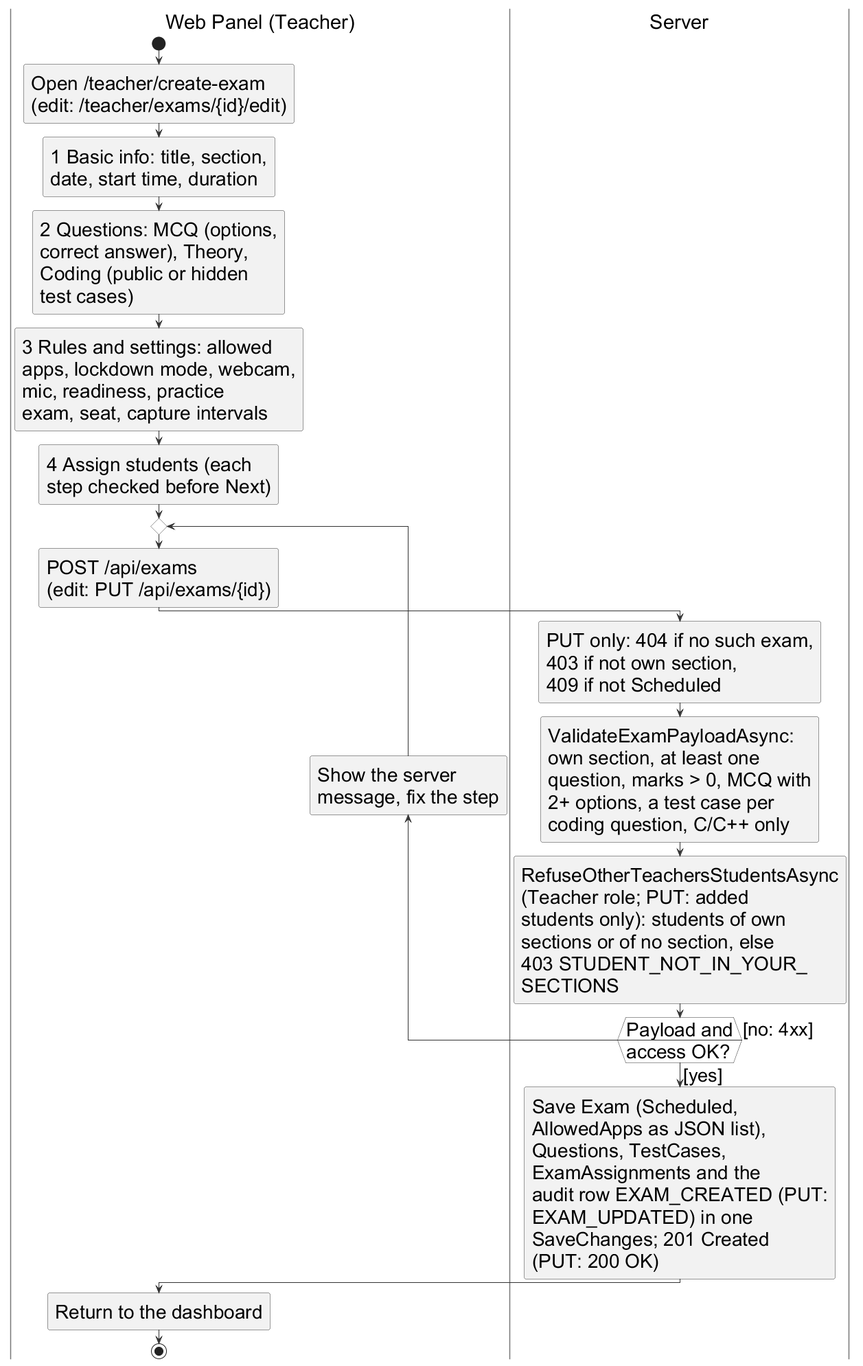
Haiderali27-hub/AI-Lab-Monitoring- keeps this PlantUML diagram as important docs/fyp_doc_3chatp/Figures/activity_config.png. Above is the earlier version. Its source is kept beside it as important docs/fyp_doc_3chatp/Figures/src/activity_config.puml. The source it was exported from:
```plantuml
@startuml
!include style.iuml
skinparam dpi 96
skinparam defaultFontSize 28
skinparam ArrowFontSize 27
skinparam padding 1
skinparam swimlane {
  BorderColor #777777
  TitleFontSize 29
}

|Web Panel (Teacher)|
start
:Open /teacher/create-exam
(edit: /teacher/exams/{id}/edit);
:1 Basic info: title, section,
date, start time, duration;
:2 Questions: MCQ (options,
correct answer), Theory,
Coding (public or hidden
test cases);
:3 Rules and settings: allowed
apps, lockdown mode, webcam,
mic, readiness, practice
exam, seat, capture intervals;
:4 Assign students (each
step checked before Next);
repeat
  :POST /api/exams
  (edit: PUT /api/exams/{id});
  |Server|
  :PUT only: 404 if no such exam,
  403 if not own section,
  409 if not Scheduled;
  :ValidateExamPayloadAsync:
  own section, at least one
  question, marks > 0, MCQ with
  2+ options, a test case per
  coding question, C/C++ only;
  :RefuseOtherTeachersStudentsAsync
  (Teacher role; PUT: added
  students only): students of own
  sections or of no section, else
  403 STUDENT_NOT_IN_YOUR_
  SECTIONS;
  |Web Panel (Teacher)|
  backward :Show the server
  message, fix the step;
  |Server|
repeat while (Payload and\naccess OK?) is ([no: 4xx]) not ([yes])
:Save Exam (Scheduled,
AllowedApps as JSON list),
Questions, TestCases,
ExamAssignments and the
audit row EXAM_CREATED (PUT:
EXAM_UPDATED) in one
SaveChanges; 201 Created
(PUT: 200 OK);
|Web Panel (Teacher)|
:Return to the dashboard;
stop
@enduml
```
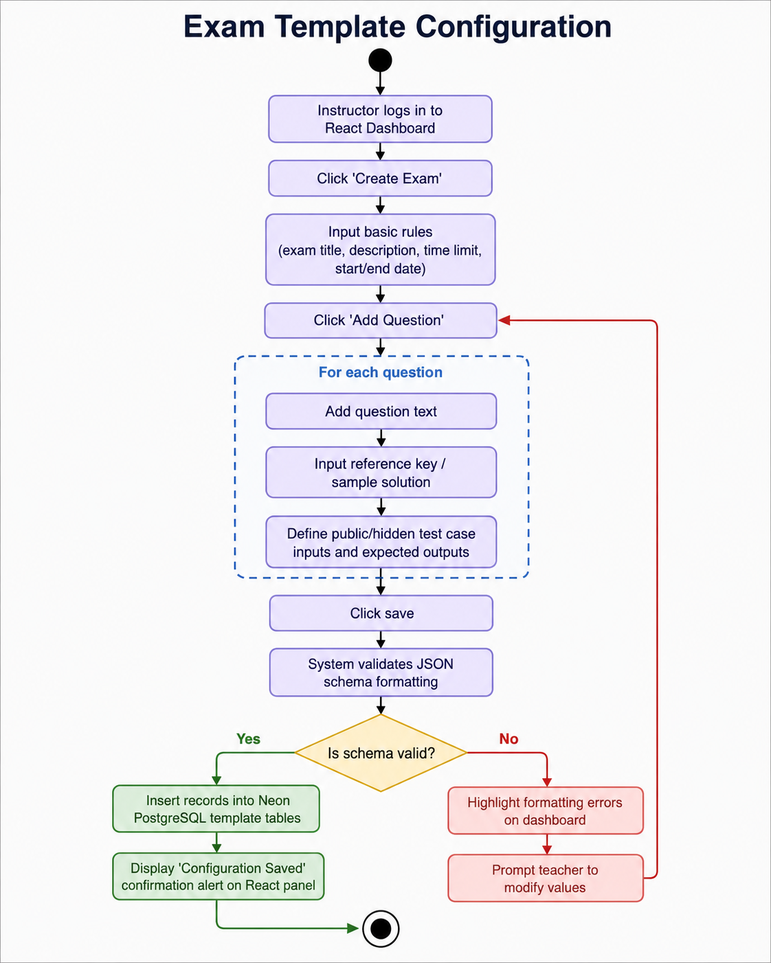
Above is the later version.

Diff of the diagram source:
```diff
@@ -11,52 +11,42 @@
 
 |Web Panel (Teacher)|
 start
-:Open /teacher/create-exam
-(edit: /teacher/exams/{id}/edit);
-:1 Basic info: title, section,
-date, start time, duration;
-:2 Questions: MCQ (options,
-correct answer), Theory,
-Coding (public or hidden
-test cases);
-:3 Rules and settings: allowed
-apps, lockdown mode, webcam,
-mic, readiness, practice
-exam, seat, capture intervals;
-:4 Assign students (each
-step checked before Next);
+:Open the exam
+wizard (create
+or edit);
+:1 Basic info;
+:2 Questions: MCQ,
+theory, coding
+with test cases;
+:3 Rules: apps,
+lockdown, webcam,
+readiness, seat;
+:4 Assign
+students;
 repeat
-  :POST /api/exams
-  (edit: PUT /api/exams/{id});
+  :Save the
+  exam;
   |Server|
-  :PUT only: 404 if no such exam,
-  403 if not own section,
-  409 if not Scheduled;
-  :ValidateExamPayloadAsync:
-  own section, at least one
-  question, marks > 0, MCQ with
-  2+ options, a test case per
-  coding question, C/C++ only;
-  :RefuseOtherTeachersStudentsAsync
-  (Teacher role; PUT: added
-  students only): students of own
-  sections or of no section, else
-  403 STUDENT_NOT_IN_YOUR_
-  SECTIONS;
+  :Edit only: exam
+  exists, own section,
+  still Scheduled;
+  :Validate section,
+  questions, marks
+  and test cases;
+  :Teacher role: check
+  students are in
+  own sections;
   |Web Panel (Teacher)|
-  backward :Show the server
-  message, fix the step;
+  backward :Show the
+  error, fix
+  the step;
   |Server|
-repeat while (Payload and\naccess OK?) is ([no: 4xx]) not ([yes])
-:Save Exam (Scheduled,
-AllowedApps as JSON list),
-Questions, TestCases,
-ExamAssignments and the
-audit row EXAM_CREATED (PUT:
-EXAM_UPDATED) in one
-SaveChanges; 201 Created
-(PUT: 200 OK);
+repeat while (All checks\npass?) is ([no]) not ([yes])
+:Save exam, questions,
+students and audit
+entry together;
 |Web Panel (Teacher)|
-:Return to the dashboard;
+:Back to the
+dashboard;
 stop
 @enduml
```
